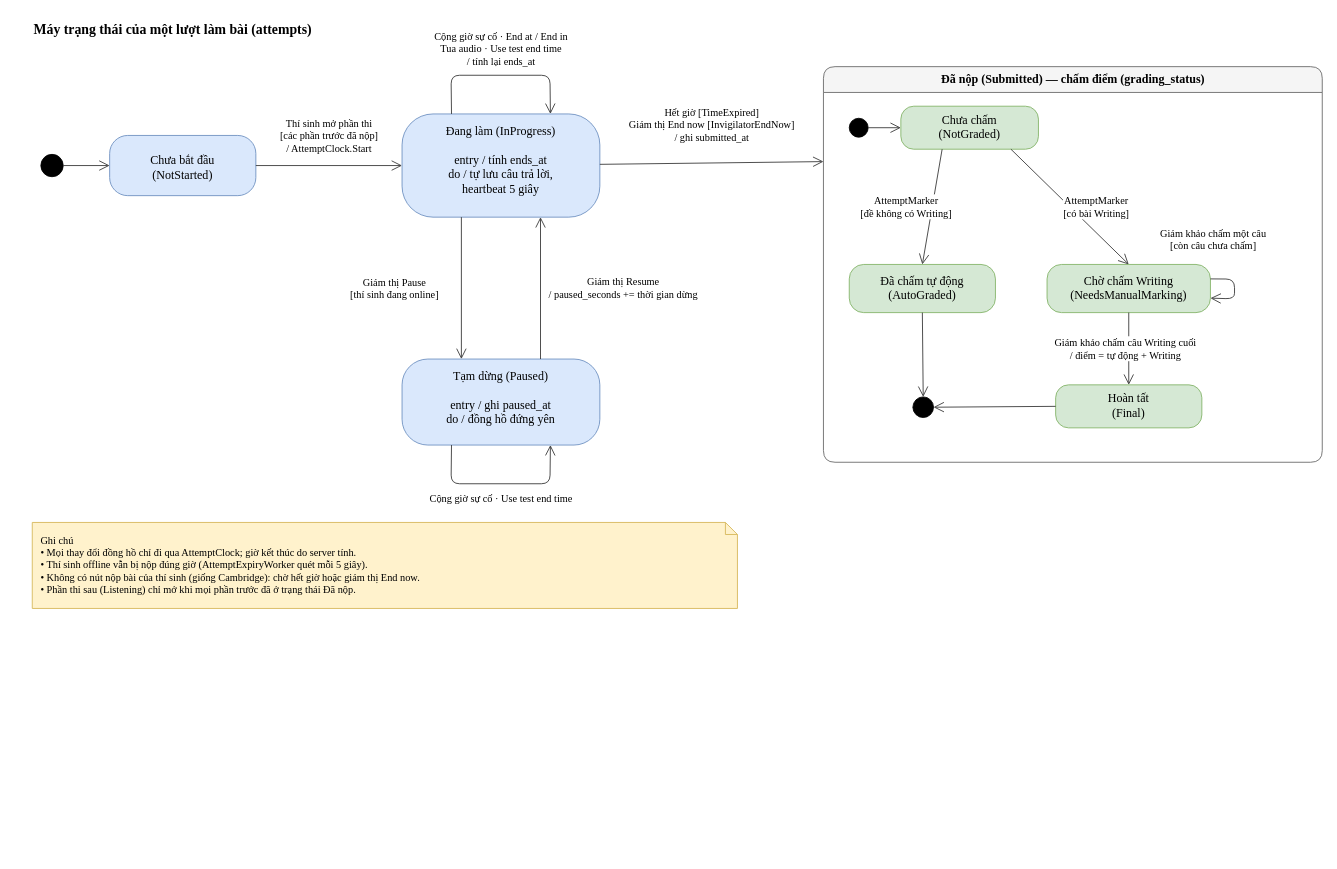
trhlow/cambridge-exam-prep keeps this draw.io diagram as thesis/diagrams/attempt-state.drawio. Above is the earlier version. Source tidied: cells renumbered, new cells numbered last; positions are measured from the earlier drawing's top-left corner, leaving out a move shared by most shapes. Both pictures are drawn from the tidied source at 86%, with x=0, y=0 at pixel (32, 15).
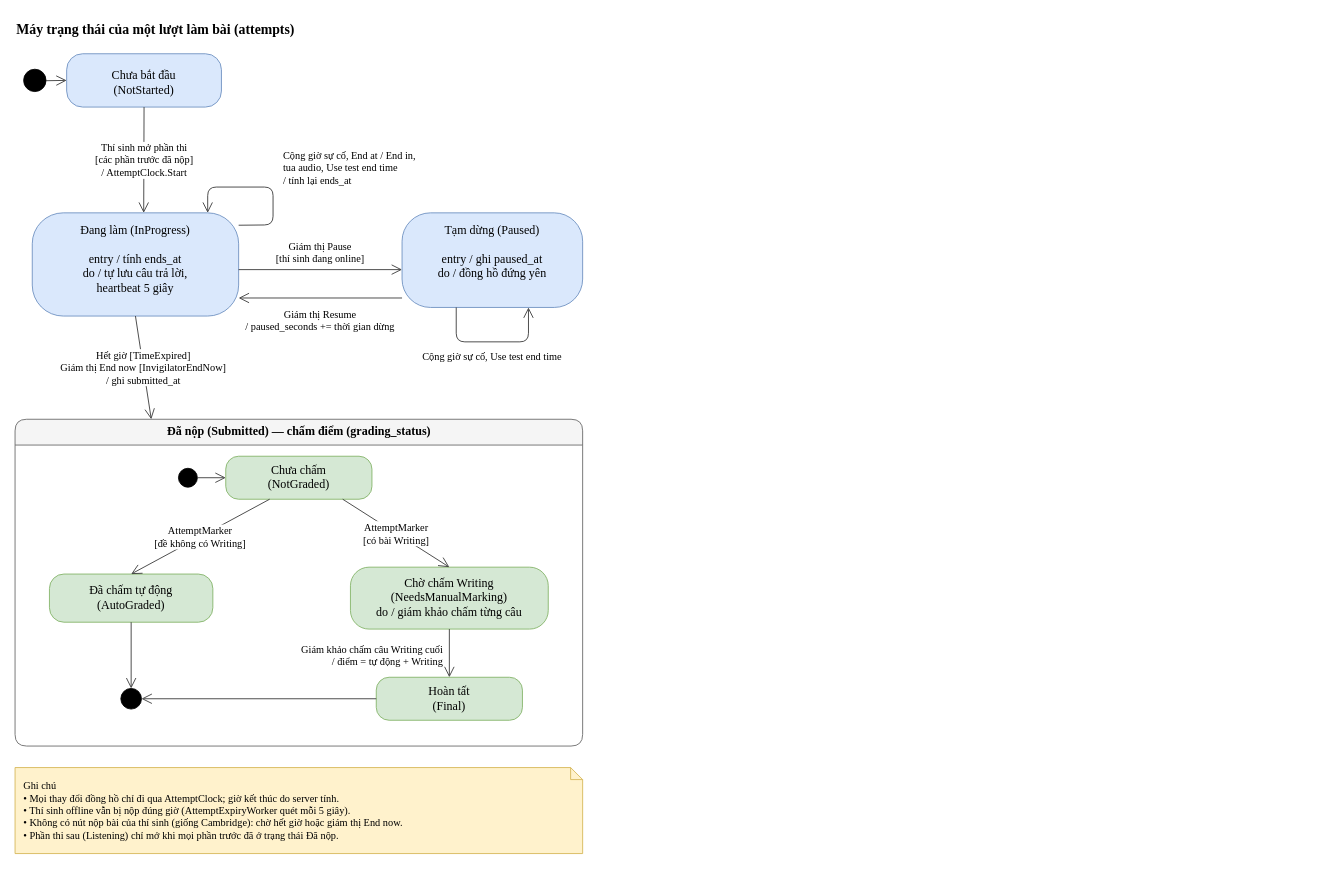
After the change.

What changed in the source:
```diff
@@
     <mxCell id="2" value="Máy trạng thái của một lượt làm bài (attempts)" style="text;html=1;fontFamily=Times New Roman;fontSize=14;fontSize=16;fontStyle=1;align=left;" parent="1" vertex="1">
-      <mxGeometry width="600" height="30" as="geometry" />
+      <mxGeometry x="-20" width="600" height="30" as="geometry" />
     </mxCell>
     <mxCell id="3" style="ellipse;html=1;fillColor=#000000;strokeColor=#000000;" parent="1" vertex="1">
-      <mxGeometry x="10" y="162" width="26" height="26" as="geometry" />
+      <mxGeometry x="-10" y="63" width="26" height="26" as="geometry" />
     </mxCell>
     <mxCell id="4" value="Chưa bắt đầu&#10;(NotStarted)" style="rounded=1;arcSize=30;whiteSpace=wrap;html=1;fontFamily=Times New Roman;fontSize=14;fillColor=#dae8fc;strokeColor=#6c8ebf;verticalAlign=top;spacingTop=6;verticalAlign=middle;" parent="1" vertex="1">
-      <mxGeometry x="90" y="140" width="170" height="70" as="geometry" />
+      <mxGeometry x="40" y="45" width="180" height="62" as="geometry" />
     </mxCell>
     <mxCell id="5" value="Đang làm (InProgress)&#10;&#10;entry / tính ends_at&#10;do / tự lưu câu trả lời,&#10;heartbeat 5 giây" style="rounded=1;arcSize=30;whiteSpace=wrap;html=1;fontFamily=Times New Roman;fontSize=14;fillColor=#dae8fc;strokeColor=#6c8ebf;verticalAlign=top;spacingTop=6;" parent="1" vertex="1">
-      <mxGeometry x="430" y="115" width="230" height="120" as="geometry" />
+      <mxGeometry y="230" width="240" height="120" as="geometry" />
     </mxCell>
     <mxCell id="6" value="Tạm dừng (Paused)&#10;&#10;entry / ghi paused_at&#10;do / đồng hồ đứng yên" style="rounded=1;arcSize=30;whiteSpace=wrap;html=1;fontFamily=Times New Roman;fontSize=14;fillColor=#dae8fc;strokeColor=#6c8ebf;verticalAlign=top;spacingTop=6;" parent="1" vertex="1">
-      <mxGeometry x="430" y="400" width="230" height="100" as="geometry" />
+      <mxGeometry x="430" y="230" width="210" height="110" as="geometry" />
     </mxCell>
@@
-    <mxCell id="8" value="Thí sinh mở phần thi&#10;[các phần trước đã nộp]&#10;/ AttemptClock.Start" style="endArrow=open;endSize=10;html=1;rounded=1;strokeColor=#333333;fontFamily=Times New Roman;fontSize=14;fontSize=12;labelBackgroundColor=#ffffff;" parent="1" edge="1" source="4" target="5">
-      <mxGeometry relative="1" as="geometry">
-        <mxPoint y="-34" as="offset" />
-      </mxGeometry>
+    <mxCell id="8" value="Thí sinh mở phần thi&#10;[các phần trước đã nộp]&#10;/ AttemptClock.Start" style="endArrow=open;endSize=10;html=1;rounded=1;strokeColor=#333333;fontFamily=Times New Roman;fontSize=14;fontSize=12;labelBackgroundColor=#ffffff;exitX=0.5;exitY=1;entryX=0.54;entryY=0;" parent="1" edge="1" source="4" target="5">
+      <mxGeometry relative="1" as="geometry" />
     </mxCell>
-    <mxCell id="9" value="Giám thị Pause&#10;[thí sinh đang online]" style="endArrow=open;endSize=10;html=1;rounded=1;strokeColor=#333333;fontFamily=Times New Roman;fontSize=14;fontSize=12;labelBackgroundColor=#ffffff;exitX=0.3;exitY=1;entryX=0.3;entryY=0;" parent="1" edge="1" source="5" target="6">
+    <mxCell id="9" style="endArrow=open;endSize=10;html=1;rounded=1;strokeColor=#333333;fontFamily=Times New Roman;fontSize=14;fontSize=12;labelBackgroundColor=#ffffff;exitX=1;exitY=0.12;entryX=0.85;entryY=0;" parent="1" edge="1" source="5" target="5">
       <mxGeometry relative="1" as="geometry">
-        <mxPoint x="-78" as="offset" />
+        <Array as="points">
+          <mxPoint x="280" y="244" />
+          <mxPoint x="280" y="200" />
+          <mxPoint x="204" y="200" />
+        </Array>
       </mxGeometry>
     </mxCell>
+    <mxCell id="29" value="Cộng giờ sự cố, End at / End in,&#10;tua audio, Use test end time&#10;/ tính lại ends_at" style="text;html=1;whiteSpace=wrap;fontFamily=Times New Roman;fontSize=14;fontSize=12;align=left;verticalAlign=top;" parent="1" vertex="1">
+      <mxGeometry x="290" y="150" width="230" height="60" as="geometry" />
+    </mxCell>
+    <mxCell id="11" style="endArrow=open;endSize=10;html=1;rounded=1;strokeColor=#333333;fontFamily=Times New Roman;fontSize=14;fontSize=12;labelBackgroundColor=#ffffff;exitX=1;exitY=0.55;entryX=0;entryY=0.6;" parent="1" edge="1" source="5" target="6">
+      <mxGeometry relative="1" as="geometry" />
+    </mxCell>
+    <mxCell id="30" value="Giám thị Pause&#10;[thí sinh đang online]" style="text;html=1;whiteSpace=wrap;fontFamily=Times New Roman;fontSize=14;fontSize=12;align=left;verticalAlign=top;align=center;" parent="1" vertex="1">
+      <mxGeometry x="250" y="256" width="170" height="36" as="geometry" />
+    </mxCell>
+    <mxCell id="31" style="endArrow=open;endSize=10;html=1;rounded=1;strokeColor=#333333;fontFamily=Times New Roman;fontSize=14;fontSize=12;labelBackgroundColor=#ffffff;exitX=0;exitY=0.9;entryX=1;entryY=0.825;" parent="1" edge="1" source="6" target="5">
+      <mxGeometry relative="1" as="geometry" />
+    </mxCell>
-    <mxCell id="10" value="Giám thị Resume&#10;/ paused_seconds += thời gian dừng" style="endArrow=open;endSize=10;html=1;rounded=1;strokeColor=#333333;fontFamily=Times New Roman;fontSize=14;fontSize=12;labelBackgroundColor=#ffffff;exitX=0.7;exitY=0;entryX=0.7;entryY=1;" parent="1" edge="1" source="6" target="5">
-      <mxGeometry relative="1" as="geometry">
-        <mxPoint x="96" as="offset" />
-      </mxGeometry>
+    <mxCell id="10" value="Giám thị Resume&#10;/ paused_seconds += thời gian dừng" style="text;html=1;whiteSpace=wrap;fontFamily=Times New Roman;fontSize=14;fontSize=12;align=left;verticalAlign=top;align=center;" parent="1" vertex="1">
+      <mxGeometry x="240" y="335" width="190" height="36" as="geometry" />
     </mxCell>
-    <mxCell id="11" value="Cộng giờ sự cố · End at / End in&#10;Tua audio · Use test end time&#10;/ tính lại ends_at" style="endArrow=open;endSize=10;html=1;rounded=1;strokeColor=#333333;fontFamily=Times New Roman;fontSize=14;fontSize=12;labelBackgroundColor=#ffffff;exitX=0.25;exitY=0;entryX=0.75;entryY=0;" parent="1" edge="1" source="5" target="5">
-      <mxGeometry relative="1" as="geometry">
-        <Array as="points">
-          <mxPoint x="487" y="70" />
-          <mxPoint x="602" y="70" />
-        </Array>
-        <mxPoint y="-30" as="offset" />
-      </mxGeometry>
-    </mxCell>
-    <mxCell id="12" value="Cộng giờ sự cố · Use test end time" style="endArrow=open;endSize=10;html=1;rounded=1;strokeColor=#333333;fontFamily=Times New Roman;fontSize=14;fontSize=12;labelBackgroundColor=#ffffff;exitX=0.25;exitY=1;entryX=0.75;entryY=1;" parent="1" edge="1" source="6" target="6">
+    <mxCell id="12" style="endArrow=open;endSize=10;html=1;rounded=1;strokeColor=#333333;fontFamily=Times New Roman;fontSize=14;fontSize=12;labelBackgroundColor=#ffffff;exitX=0.3;exitY=1;entryX=0.7;entryY=1;" parent="1" edge="1" source="6" target="6">
       <mxGeometry relative="1" as="geometry">
         <Array as="points">
-          <mxPoint x="487" y="545" />
-          <mxPoint x="602" y="545" />
+          <mxPoint x="493" y="380" />
+          <mxPoint x="577" y="380" />
         </Array>
-        <mxPoint y="18" as="offset" />
       </mxGeometry>
     </mxCell>
-    <mxCell id="13" value="Đã nộp (Submitted) — chấm điểm (grading_status)" style="swimlane;rounded=1;html=1;fontFamily=Times New Roman;fontSize=14;fontStyle=1;startSize=30;fillColor=#f5f5f5;strokeColor=#666666;" parent="1" vertex="1">
-      <mxGeometry x="920" y="60" width="580" height="460" as="geometry" />
-    </mxCell>
-    <mxCell id="14" value="Hết giờ [TimeExpired]&#10;Giám thị End now [InvigilatorEndNow]&#10;/ ghi submitted_at" style="endArrow=open;endSize=10;html=1;rounded=1;strokeColor=#333333;fontFamily=Times New Roman;fontSize=14;fontSize=12;labelBackgroundColor=#ffffff;entryX=0;entryY=0.24;" parent="1" edge="1" source="5" target="13">
-      <mxGeometry relative="1" as="geometry">
-        <mxPoint y="-44" as="offset" />
-      </mxGeometry>
-    </mxCell>
-    <mxCell id="15" style="ellipse;html=1;fillColor=#000000;strokeColor=#000000;" parent="13" vertex="1">
-      <mxGeometry x="30" y="60" width="22" height="22" as="geometry" />
-    </mxCell>
-    <mxCell id="16" value="Chưa chấm&#10;(NotGraded)" style="rounded=1;arcSize=30;whiteSpace=wrap;html=1;fontFamily=Times New Roman;fontSize=14;fillColor=#d5e8d4;strokeColor=#82b366;" parent="13" vertex="1">
-      <mxGeometry x="90" y="46" width="160" height="50" as="geometry" />
+    <mxCell id="16" value="Cộng giờ sự cố, Use test end time" style="text;html=1;whiteSpace=wrap;fontFamily=Times New Roman;fontSize=14;fontSize=12;align=left;verticalAlign=top;align=center;" parent="1" vertex="1">
+      <mxGeometry x="420" y="384" width="230" height="22" as="geometry" />
     </mxCell>
-    <mxCell id="17" value="Đã chấm tự động&#10;(AutoGraded)" style="rounded=1;arcSize=30;whiteSpace=wrap;html=1;fontFamily=Times New Roman;fontSize=14;fillColor=#d5e8d4;strokeColor=#82b366;" parent="13" vertex="1">
-      <mxGeometry x="30" y="230" width="170" height="56" as="geometry" />
+    <mxCell id="17" value="Đã nộp (Submitted) — chấm điểm (grading_status)" style="swimlane;rounded=1;html=1;fontFamily=Times New Roman;fontSize=14;fontStyle=1;startSize=30;fillColor=#f5f5f5;strokeColor=#666666;" parent="1" vertex="1">
+      <mxGeometry x="-20" y="470" width="660" height="380" as="geometry" />
     </mxCell>
-    <mxCell id="18" value="Chờ chấm Writing&#10;(NeedsManualMarking)" style="rounded=1;arcSize=30;whiteSpace=wrap;html=1;fontFamily=Times New Roman;fontSize=14;fillColor=#d5e8d4;strokeColor=#82b366;" parent="13" vertex="1">
-      <mxGeometry x="260" y="230" width="190" height="56" as="geometry" />
-    </mxCell>
+    <mxCell id="14" value="Hết giờ [TimeExpired]&#10;Giám thị End now [InvigilatorEndNow]&#10;/ ghi submitted_at" style="endArrow=open;endSize=10;html=1;rounded=1;strokeColor=#333333;fontFamily=Times New Roman;fontSize=14;fontSize=12;labelBackgroundColor=#ffffff;exitX=0.5;exitY=1;entryX=0.24;entryY=0;" parent="1" edge="1" source="5" target="17">
+      <mxGeometry relative="1" as="geometry" />
+    </mxCell>
-    <mxCell id="19" value="Hoàn tất&#10;(Final)" style="rounded=1;arcSize=30;whiteSpace=wrap;html=1;fontFamily=Times New Roman;fontSize=14;fillColor=#d5e8d4;strokeColor=#82b366;" parent="13" vertex="1">
-      <mxGeometry x="270" y="370" width="170" height="50" as="geometry" />
+    <mxCell id="19" style="ellipse;html=1;fillColor=#000000;strokeColor=#000000;" parent="17" vertex="1">
+      <mxGeometry x="190" y="57" width="22" height="22" as="geometry" />
     </mxCell>
-    <mxCell id="20" style="ellipse;html=1;shape=doubleEllipse;fillColor=#000000;strokeColor=#000000;" parent="13" vertex="1">
-      <mxGeometry x="104" y="384" width="24" height="24" as="geometry" />
+    <mxCell id="20" value="Chưa chấm&#10;(NotGraded)" style="rounded=1;arcSize=30;whiteSpace=wrap;html=1;fontFamily=Times New Roman;fontSize=14;fillColor=#d5e8d4;strokeColor=#82b366;" parent="17" vertex="1">
+      <mxGeometry x="245" y="43" width="170" height="50" as="geometry" />
     </mxCell>
-    <mxCell id="21" style="endArrow=open;endSize=10;html=1;rounded=1;strokeColor=#333333;fontFamily=Times New Roman;fontSize=14;fontSize=12;labelBackgroundColor=#ffffff;" parent="13" edge="1" source="15" target="16">
-      <mxGeometry relative="1" as="geometry" />
-    </mxCell>
-    <mxCell id="22" value="AttemptMarker&#10;[đề không có Writing]" style="endArrow=open;endSize=10;html=1;rounded=1;strokeColor=#333333;fontFamily=Times New Roman;fontSize=14;fontSize=12;labelBackgroundColor=#ffffff;exitX=0.3;exitY=1;entryX=0.5;entryY=0;" parent="13" edge="1" source="16" target="17">
-      <mxGeometry relative="1" as="geometry">
-        <mxPoint x="-30" as="offset" />
-      </mxGeometry>
-    </mxCell>
-    <mxCell id="23" value="AttemptMarker&#10;[có bài Writing]" style="endArrow=open;endSize=10;html=1;rounded=1;strokeColor=#333333;fontFamily=Times New Roman;fontSize=14;fontSize=12;labelBackgroundColor=#ffffff;exitX=0.8;exitY=1;entryX=0.5;entryY=0;" parent="13" edge="1" source="16" target="18">
-      <mxGeometry relative="1" as="geometry">
-        <mxPoint x="30" as="offset" />
-      </mxGeometry>
-    </mxCell>
-    <mxCell id="24" value="Giám khảo chấm một câu&#10;[còn câu chưa chấm]" style="endArrow=open;endSize=10;html=1;rounded=1;strokeColor=#333333;fontFamily=Times New Roman;fontSize=14;fontSize=12;labelBackgroundColor=#ffffff;exitX=1;exitY=0.3;entryX=1;entryY=0.7;" parent="13" edge="1" source="18" target="18">
-      <mxGeometry relative="1" as="geometry">
-        <Array as="points">
-          <mxPoint x="478" y="247" />
-          <mxPoint x="478" y="270" />
-        </Array>
-        <mxPoint x="-25" y="-58" as="offset" />
-      </mxGeometry>
-    </mxCell>
+    <mxCell id="32" value="Đã chấm tự động&#10;(AutoGraded)" style="rounded=1;arcSize=30;whiteSpace=wrap;html=1;fontFamily=Times New Roman;fontSize=14;fillColor=#d5e8d4;strokeColor=#82b366;" parent="17" vertex="1">
+      <mxGeometry x="40" y="180" width="190" height="56" as="geometry" />
+    </mxCell>
+    <mxCell id="33" value="Chờ chấm Writing&#10;(NeedsManualMarking)&#10;do / giám khảo chấm từng câu" style="rounded=1;arcSize=30;whiteSpace=wrap;html=1;fontFamily=Times New Roman;fontSize=14;fillColor=#d5e8d4;strokeColor=#82b366;" parent="17" vertex="1">
+      <mxGeometry x="390" y="172" width="230" height="72" as="geometry" />
+    </mxCell>
+    <mxCell id="34" value="Hoàn tất&#10;(Final)" style="rounded=1;arcSize=30;whiteSpace=wrap;html=1;fontFamily=Times New Roman;fontSize=14;fillColor=#d5e8d4;strokeColor=#82b366;" parent="17" vertex="1">
+      <mxGeometry x="420" y="300" width="170" height="50" as="geometry" />
+    </mxCell>
+    <mxCell id="35" style="ellipse;html=1;shape=doubleEllipse;fillColor=#000000;strokeColor=#000000;" parent="17" vertex="1">
+      <mxGeometry x="123" y="313" width="24" height="24" as="geometry" />
+    </mxCell>
-    <mxCell id="25" value="Giám khảo chấm câu Writing cuối&#10;/ điểm = tự động + Writing" style="endArrow=open;endSize=10;html=1;rounded=1;strokeColor=#333333;fontFamily=Times New Roman;fontSize=14;fontSize=12;labelBackgroundColor=#ffffff;" parent="13" edge="1" source="18" target="19">
-      <mxGeometry relative="1" as="geometry">
-        <mxPoint x="-4" as="offset" />
-      </mxGeometry>
+    <mxCell id="25" style="endArrow=open;endSize=10;html=1;rounded=1;strokeColor=#333333;fontFamily=Times New Roman;fontSize=14;fontSize=12;labelBackgroundColor=#ffffff;" parent="17" edge="1" source="19" target="20">
+      <mxGeometry relative="1" as="geometry" />
     </mxCell>
-    <mxCell id="26" style="endArrow=open;endSize=10;html=1;rounded=1;strokeColor=#333333;fontFamily=Times New Roman;fontSize=14;fontSize=12;labelBackgroundColor=#ffffff;exitX=0.5;exitY=1;entryX=0.5;entryY=0;" parent="13" edge="1" source="17" target="20">
+    <mxCell id="26" value="AttemptMarker&#10;[đề không có Writing]" style="endArrow=open;endSize=10;html=1;rounded=1;strokeColor=#333333;fontFamily=Times New Roman;fontSize=14;fontSize=12;labelBackgroundColor=#ffffff;exitX=0.3;exitY=1;entryX=0.5;entryY=0;" parent="17" edge="1" source="20" target="32">
       <mxGeometry relative="1" as="geometry" />
     </mxCell>
-    <mxCell id="27" style="endArrow=open;endSize=10;html=1;rounded=1;strokeColor=#333333;fontFamily=Times New Roman;fontSize=14;fontSize=12;labelBackgroundColor=#ffffff;exitX=0;exitY=0.5;entryX=1;entryY=0.5;" parent="13" edge="1" source="19" target="20">
+    <mxCell id="27" value="AttemptMarker&#10;[có bài Writing]" style="endArrow=open;endSize=10;html=1;rounded=1;strokeColor=#333333;fontFamily=Times New Roman;fontSize=14;fontSize=12;labelBackgroundColor=#ffffff;exitX=0.8;exitY=1;entryX=0.5;entryY=0;" parent="17" edge="1" source="20" target="33">
       <mxGeometry relative="1" as="geometry" />
     </mxCell>
+    <mxCell id="36" style="endArrow=open;endSize=10;html=1;rounded=1;strokeColor=#333333;fontFamily=Times New Roman;fontSize=14;fontSize=12;labelBackgroundColor=#ffffff;" parent="17" edge="1" source="33" target="34">
+      <mxGeometry relative="1" as="geometry" />
+    </mxCell>
+    <mxCell id="37" value="Giám khảo chấm câu Writing cuối&#10;/ điểm = tự động + Writing" style="text;html=1;whiteSpace=wrap;fontFamily=Times New Roman;fontSize=14;fontSize=12;align=left;verticalAlign=top;align=right;" parent="17" vertex="1">
+      <mxGeometry x="200" y="254" width="300" height="36" as="geometry" />
+    </mxCell>
+    <mxCell id="38" style="endArrow=open;endSize=10;html=1;rounded=1;strokeColor=#333333;fontFamily=Times New Roman;fontSize=14;fontSize=12;labelBackgroundColor=#ffffff;exitX=0.5;exitY=1;entryX=0.5;entryY=0;" parent="17" edge="1" source="32" target="35">
+      <mxGeometry relative="1" as="geometry" />
+    </mxCell>
+    <mxCell id="39" style="endArrow=open;endSize=10;html=1;rounded=1;strokeColor=#333333;fontFamily=Times New Roman;fontSize=14;fontSize=12;labelBackgroundColor=#ffffff;exitX=0;exitY=0.5;entryX=1;entryY=0.5;" parent="17" edge="1" source="34" target="35">
+      <mxGeometry relative="1" as="geometry" />
+    </mxCell>
     <mxCell id="28" value="Ghi chú&#10;• Mọi thay đổi đồng hồ chỉ đi qua AttemptClock; giờ kết thúc do server tính.&#10;• Thí sinh offline vẫn bị nộp đúng giờ (AttemptExpiryWorker quét mỗi 5 giây).&#10;• Không có nút nộp bài của thí sinh (giống Cambridge): chờ hết giờ hoặc giám thị End now.&#10;• Phần thi sau (Listening) chỉ mở khi mọi phần trước đã ở trạng thái Đã nộp." style="shape=note;whiteSpace=wrap;html=1;size=14;align=left;spacingLeft=8;fontFamily=Times New Roman;fontSize=14;fontSize=12;fillColor=#fff2cc;strokeColor=#d6b656;" parent="1" vertex="1">
-      <mxGeometry y="590" width="820" height="100" as="geometry" />
+      <mxGeometry x="-20" y="875" width="660" height="100" as="geometry" />
     </mxCell>
```
